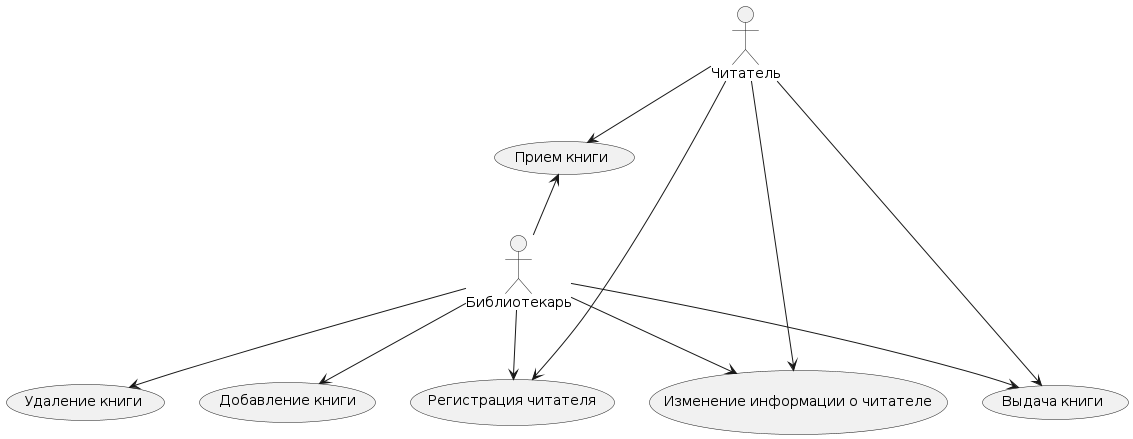
Above: lab_1/Сценарий.png in IrmA-ErroR/TMP (PlantUML), before the change. Its diagram source:
```plantuml
@startuml "Сценарий"
actor Читатель
actor Библиотекарь

usecase "Добавление книги" as UC1
usecase "Удаление книги" as UC2
usecase "Регистрация читателя" as UC3
usecase "Изменение информации о читателе" as UC4
usecase "Выдача книги" as UC5
usecase "Прием книги" as UC6



Читатель --> UC6
Библиотекарь --> UC1
Библиотекарь --> UC2
Библиотекарь --> UC3
Библиотекарь --> UC4
Библиотекарь --> UC5



UC3 <-- Читатель
UC4 <-- Читатель
UC5 <-- Читатель
UC6 <-- Библиотекарь
@enduml
```
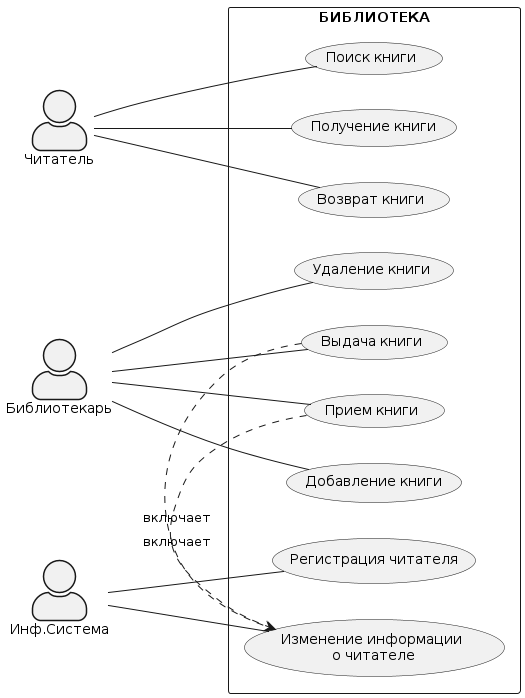
Above is the later version.

Change to the diagram source:
```diff
@@ -1,27 +1,32 @@
 @startuml "Сценарий"
+left to right direction
+skinparam actorStyle awesome
+skinparam packageStyle rectangle
 actor Читатель
 actor Библиотекарь
+actor Инф.Система
 
-usecase "Добавление книги" as UC1
-usecase "Удаление книги" as UC2
-usecase "Регистрация читателя" as UC3
-usecase "Изменение информации о читателе" as UC4
-usecase "Выдача книги" as UC5
-usecase "Прием книги" as UC6
+
+rectangle БИБЛИОТЕКА{
+
+  Библиотекарь -- (Добавление книги)
+  Библиотекарь -- (Удаление книги)
+
+  Инф.Система -- (Регистрация читателя)
+  Инф.Система -- (Изменение информации\n о читателе)
+
+  Библиотекарь -- (Выдача книги)
+  Библиотекарь -- (Прием книги)
+
+  Читатель-- (Поиск книги)
+  Читатель-- (Получение книги)
+  Читатель-- (Возврат книги)
 
 
 
-Читатель --> UC6
-Библиотекарь --> UC1
-Библиотекарь --> UC2
-Библиотекарь --> UC3
-Библиотекарь --> UC4
-Библиотекарь --> UC5
+  (Выдача книги) .> (Изменение информации\n о читателе) : включает
+  (Прием книги) .> (Изменение информации\n о читателе) : включает
 
 
-
-UC3 <-- Читатель
-UC4 <-- Читатель
-UC5 <-- Читатель
-UC6 <-- Библиотекарь
+}
 @enduml
```
